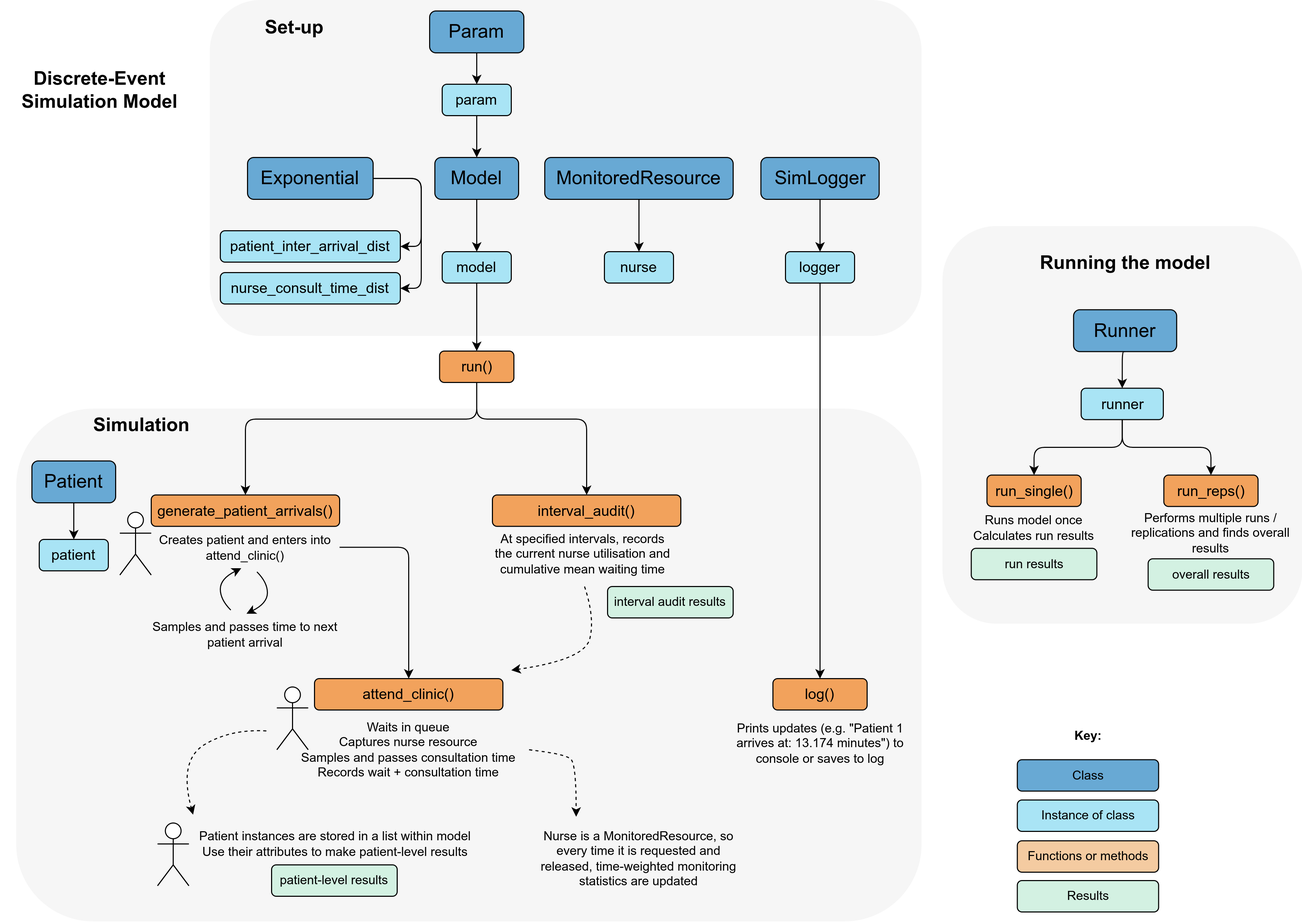
Before: images/model_structure.png, a diagram exported from draw.io (pythonhealthdatascience/pydesrap_mms). Source tidied: cells renumbered, new cells last; positions are measured from the earlier drawing's top-left corner, leaving out a move shared by most shapes.
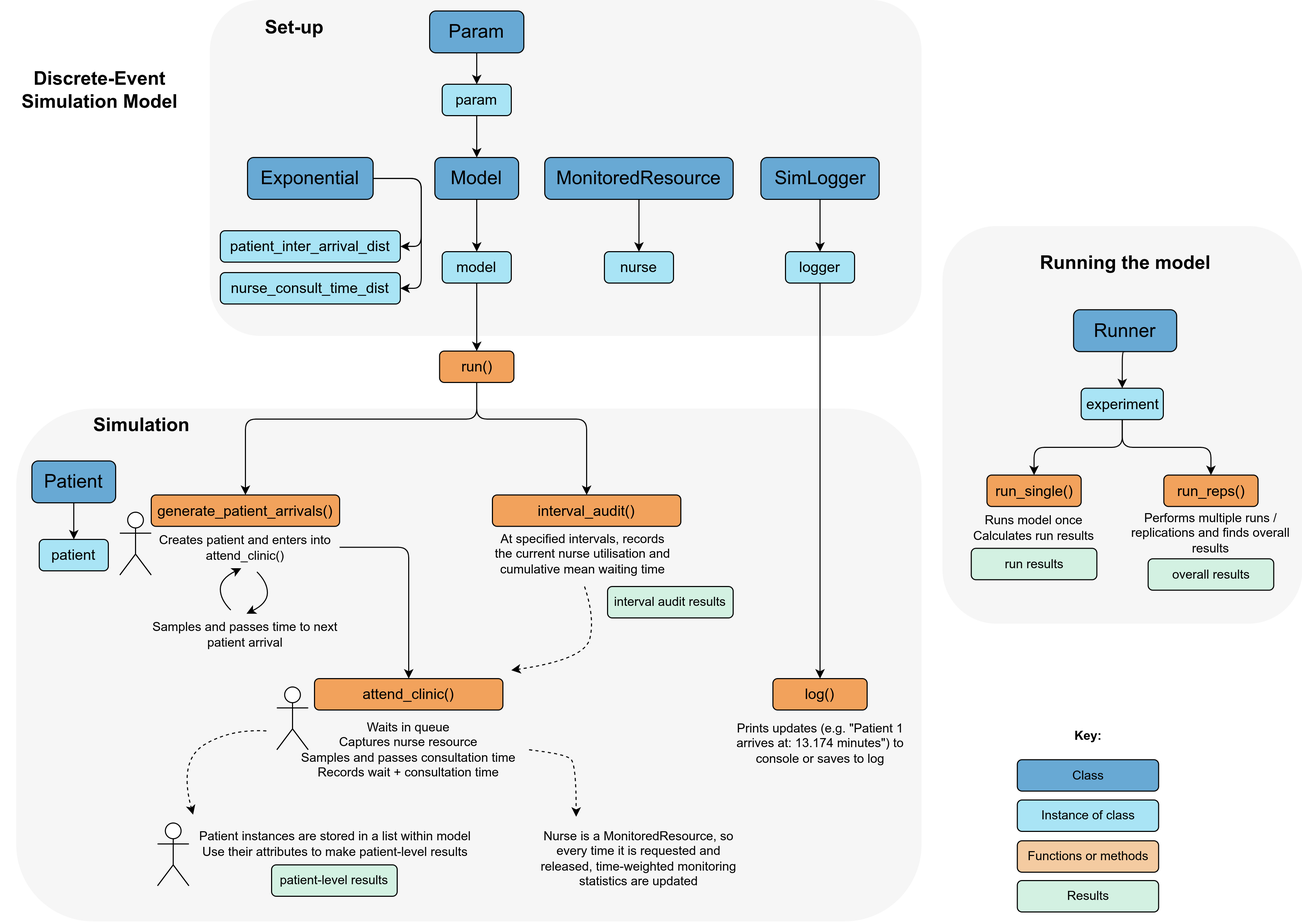
The same file after the commit.

Commit message:
docs(diagram): changed runner to experiment

The edit, as a diff of the source:
```diff
@@ -124,7 +124,7 @@
     <mxCell id="36" style="edgeStyle=orthogonalEdgeStyle;rounded=1;jettySize=auto;html=1;exitX=0.5;exitY=1;exitDx=0;exitDy=0;" parent="1" edge="1" source="37" target="42">
       <mxGeometry relative="1" as="geometry" />
     </mxCell>
-    <mxCell id="37" value="&lt;font style=&quot;font-size: 14px;&quot;&gt;runner&lt;/font&gt;" style="rounded=1;whiteSpace=wrap;html=1;fillColor=#A9E4F5;" parent="1" vertex="1">
+    <mxCell id="37" value="&lt;font style=&quot;font-size: 14px;&quot;&gt;experiment&lt;/font&gt;" style="rounded=1;whiteSpace=wrap;html=1;fillColor=#A9E4F5;" parent="1" vertex="1">
       <mxGeometry x="1032.5" y="370.5" width="78.5" height="30" as="geometry" />
     </mxCell>
     <mxCell id="38" value="&lt;font style=&quot;font-size: 14px;&quot;&gt;patient&lt;/font&gt;" style="rounded=1;whiteSpace=wrap;html=1;fillColor=#A9E4F5;" parent="1" vertex="1">
```
